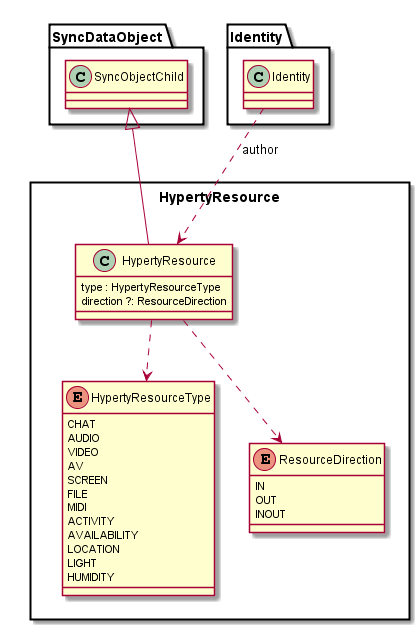
Before: docs/datamodel/data-objects/communication/Hyperty-Resource-Data-Object-Model.png, a diagram exported from PlantUML (reTHINK-project/dev-service-framework). The source it was exported from:
```plantuml
@startuml "../../docs/datamodel/data-objects/communication/Hyperty-Resource-Data-Object-Model.png"

package HypertyResource <<Rect>> {

	class HypertyResource {
		type : HypertyResourceType
		direction ?: ResourceDirection
	}

	enum HypertyResourceType {
		CHAT
		AUDIO
		VIDEO
		AV
		SCREEN
		FILE
		MIDI
		ACTIVITY
		AVAILABILITY
		LOCATION
		LIGHT
		HUMIDITY
	}

	enum ResourceDirection {
		IN
		OUT
		INOUT
	}

	HypertyResource -up-|> SyncDataObject.SyncObjectChild
	HypertyResource ..> HypertyResourceType
	HypertyResource ..> ResourceDirection
	Identity.Identity ..> HypertyResource: author
}

@enduml
```
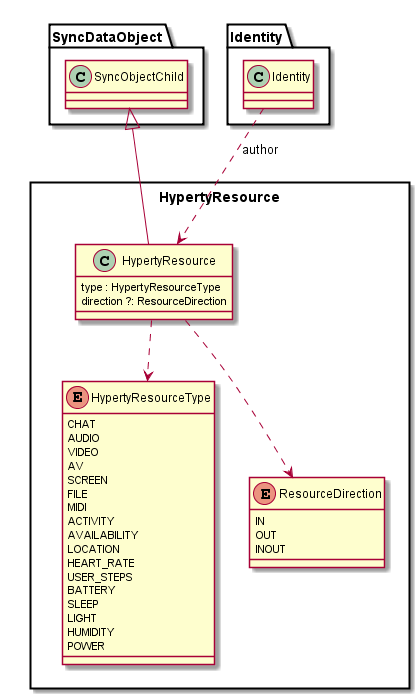
The same file after the commit.

What changed in the source:
```diff
@@ -18,8 +18,13 @@
 		ACTIVITY
 		AVAILABILITY
 		LOCATION
+		HEART_RATE
+		USER_STEPS
+		BATTERY
+		SLEEP
 		LIGHT
 		HUMIDITY
+		POWER
 	}
 
 	enum ResourceDirection {
```
